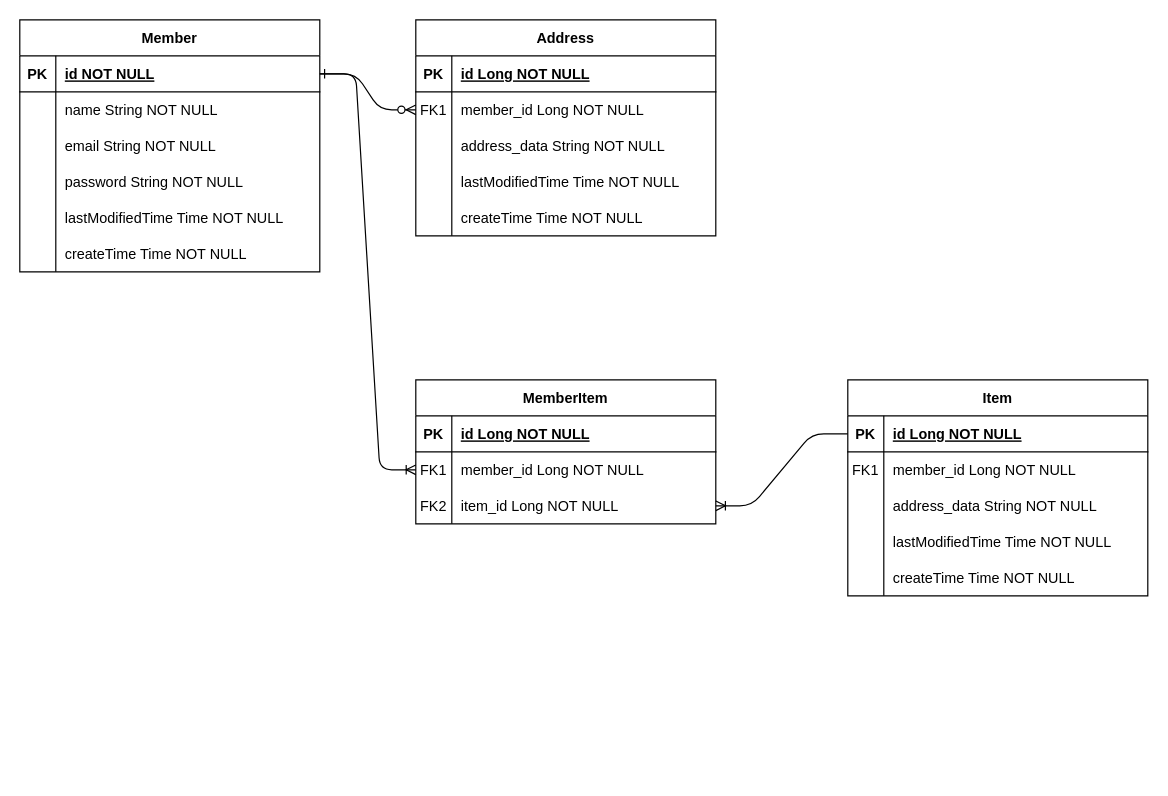
This is demo_shopping/img/entity_relationship.drawio from Apisapple/backend_study, a draw.io file, before an edit. Source tidied: cells renumbered, new cells numbered last; positions are measured from the earlier drawing's top-left corner, leaving out a move shared by most shapes. Both pictures are drawn from the tidied source at 120%, with x=0, y=0 at pixel (19, 19).
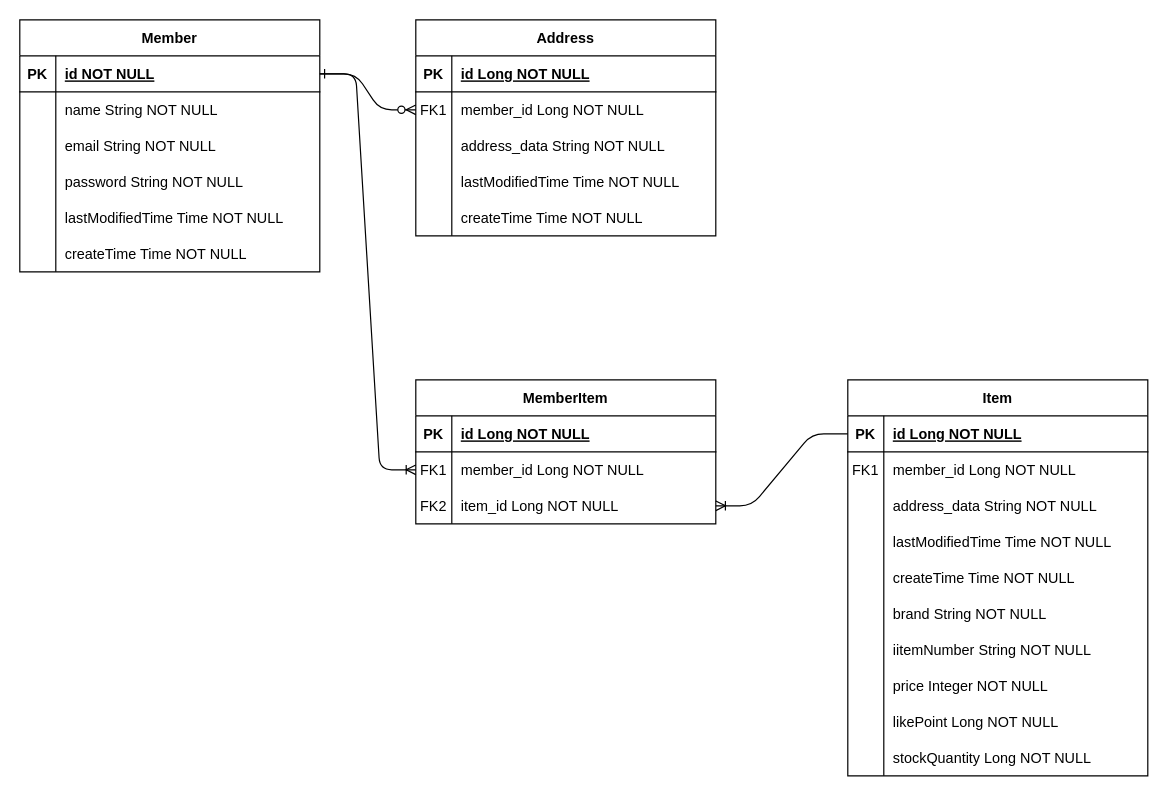
The same diagram, later.

Change to the diagram source:
```diff
@@
     <mxCell id="38" value="Item" style="shape=table;startSize=30;childLayout=tableLayout;rowLines=0;fontStyle=1;align=center;" parent="1" vertex="1">
-      <mxGeometry x="690" y="300" width="250" height="180" as="geometry" />
+      <mxGeometry x="690" y="300" width="250" height="330" as="geometry" />
     </mxCell>
@@
+    <mxCell id="66" style="shape=partialRectangle;fillColor=none;top=0;left=0;right=0;bottom=0;" parent="38" vertex="1">
+      <mxGeometry y="180" width="250" height="30" as="geometry" />
+    </mxCell>
+    <mxCell id="67" style="shape=partialRectangle;overflow=hidden;fillColor=none;top=0;left=0;bottom=0;right=0;" parent="66" vertex="1">
+      <mxGeometry width="30" height="30" as="geometry" />
+    </mxCell>
+    <mxCell id="68" value="brand String NOT NULL" style="shape=partialRectangle;overflow=hidden;fillColor=none;top=0;left=0;bottom=0;right=0;align=left;spacingLeft=6;" parent="66" vertex="1">
+      <mxGeometry x="30" width="220" height="30" as="geometry" />
+    </mxCell>
+    <mxCell id="69" style="shape=partialRectangle;fillColor=none;top=0;left=0;right=0;bottom=0;" parent="38" vertex="1">
+      <mxGeometry y="210" width="250" height="30" as="geometry" />
+    </mxCell>
+    <mxCell id="70" style="shape=partialRectangle;overflow=hidden;fillColor=none;top=0;left=0;bottom=0;right=0;" parent="69" vertex="1">
+      <mxGeometry width="30" height="30" as="geometry" />
+    </mxCell>
+    <mxCell id="71" value="iitemNumber String NOT NULL" style="shape=partialRectangle;overflow=hidden;fillColor=none;top=0;left=0;bottom=0;right=0;align=left;spacingLeft=6;" parent="69" vertex="1">
+      <mxGeometry x="30" width="220" height="30" as="geometry" />
+    </mxCell>
+    <mxCell id="72" style="shape=partialRectangle;fillColor=none;top=0;left=0;right=0;bottom=0;" parent="38" vertex="1">
+      <mxGeometry y="240" width="250" height="30" as="geometry" />
+    </mxCell>
+    <mxCell id="73" style="shape=partialRectangle;overflow=hidden;fillColor=none;top=0;left=0;bottom=0;right=0;" parent="72" vertex="1">
+      <mxGeometry width="30" height="30" as="geometry" />
+    </mxCell>
+    <mxCell id="74" value="price Integer NOT NULL" style="shape=partialRectangle;overflow=hidden;fillColor=none;top=0;left=0;bottom=0;right=0;align=left;spacingLeft=6;" parent="72" vertex="1">
+      <mxGeometry x="30" width="220" height="30" as="geometry" />
+    </mxCell>
+    <mxCell id="75" style="shape=partialRectangle;fillColor=none;top=0;left=0;right=0;bottom=0;" parent="38" vertex="1">
+      <mxGeometry y="270" width="250" height="30" as="geometry" />
+    </mxCell>
+    <mxCell id="76" style="shape=partialRectangle;overflow=hidden;fillColor=none;top=0;left=0;bottom=0;right=0;" parent="75" vertex="1">
+      <mxGeometry width="30" height="30" as="geometry" />
+    </mxCell>
+    <mxCell id="77" value="likePoint Long NOT NULL" style="shape=partialRectangle;overflow=hidden;fillColor=none;top=0;left=0;bottom=0;right=0;align=left;spacingLeft=6;" parent="75" vertex="1">
+      <mxGeometry x="30" width="220" height="30" as="geometry" />
+    </mxCell>
+    <mxCell id="78" style="shape=partialRectangle;fillColor=none;top=0;left=0;right=0;bottom=0;" parent="38" vertex="1">
+      <mxGeometry y="300" width="250" height="30" as="geometry" />
+    </mxCell>
+    <mxCell id="79" style="shape=partialRectangle;overflow=hidden;fillColor=none;top=0;left=0;bottom=0;right=0;" parent="78" vertex="1">
+      <mxGeometry width="30" height="30" as="geometry" />
+    </mxCell>
+    <mxCell id="80" value="stockQuantity Long NOT NULL" style="shape=partialRectangle;overflow=hidden;fillColor=none;top=0;left=0;bottom=0;right=0;align=left;spacingLeft=6;" parent="78" vertex="1">
+      <mxGeometry x="30" width="220" height="30" as="geometry" />
+    </mxCell>
```
